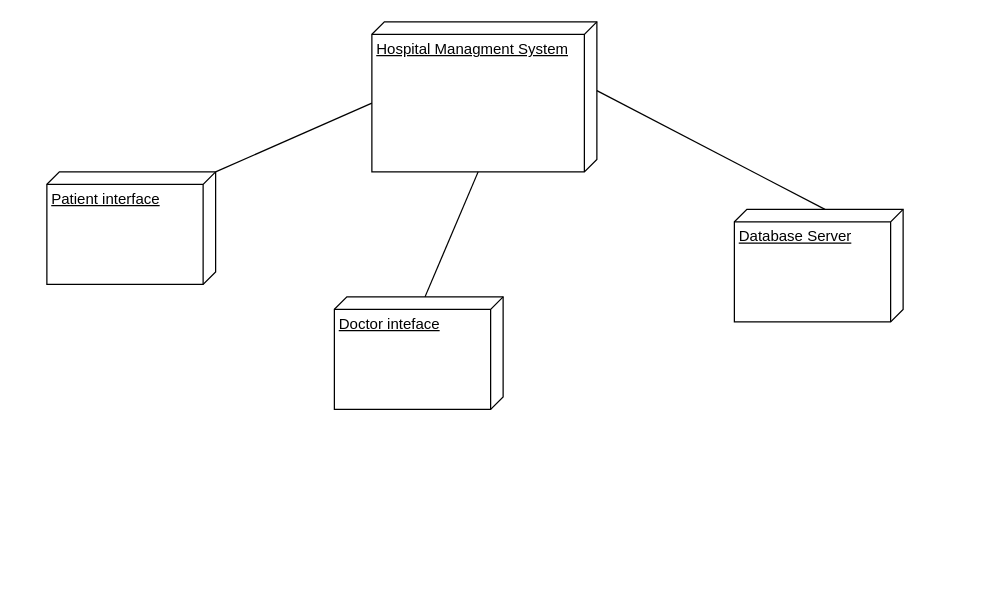
Earlier version of the draw.io diagram DAoSS/Диаграмма_развертывания.drawio (VikaYakunina/lemongatorade). Source tidied: cells renumbered, new cells numbered last; positions are measured from the earlier drawing's top-left corner, leaving out a move shared by most shapes. Both pictures are drawn from the tidied source at 125%, with x=0, y=0 at pixel (46, 21).
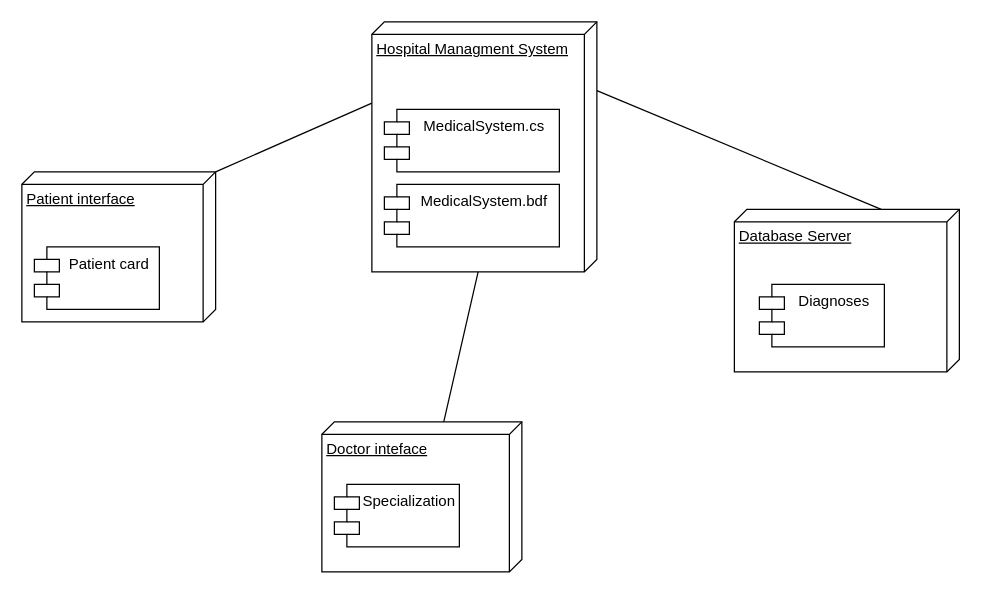
Above is the later version.

The edit, as a diff of the source:
```diff
@@
 <mxGraphModel>
   <root>
     <mxCell id="0" />
     <mxCell id="1" parent="0" />
     <mxCell id="2" value="Hospital Managment System" style="verticalAlign=top;align=left;spacingTop=8;spacingLeft=2;spacingRight=12;shape=cube;size=10;direction=south;fontStyle=4;html=1;" parent="1" vertex="1">
-      <mxGeometry x="260" width="180" height="120" as="geometry" />
+      <mxGeometry x="260" width="180" height="200" as="geometry" />
     </mxCell>
     <mxCell id="3" value="Doctor inteface" style="verticalAlign=top;align=left;spacingTop=8;spacingLeft=2;spacingRight=12;shape=cube;size=10;direction=south;fontStyle=4;html=1;" parent="1" vertex="1">
-      <mxGeometry x="230" y="220" width="135" height="90" as="geometry" />
+      <mxGeometry x="220" y="320" width="160" height="120" as="geometry" />
     </mxCell>
     <mxCell id="4" value="Database Server" style="verticalAlign=top;align=left;spacingTop=8;spacingLeft=2;spacingRight=12;shape=cube;size=10;direction=south;fontStyle=4;html=1;" parent="1" vertex="1">
-      <mxGeometry x="550" y="150" width="135" height="90" as="geometry" />
+      <mxGeometry x="550" y="150" width="180" height="130" as="geometry" />
     </mxCell>
-    <mxCell id="5" style="endArrow=none;html=1;exitX=0;exitY=0;exitDx=0;exitDy=62.5;exitPerimeter=0;entryX=0;entryY=0;entryDx=120;entryDy=95;entryPerimeter=0;" parent="1" edge="1" source="3" target="2">
+    <mxCell id="5" style="endArrow=none;html=1;exitX=0;exitY=0;exitDx=0;exitDy=62.5;exitPerimeter=0;entryX=0;entryY=0;entryDx=200;entryDy=95;entryPerimeter=0;" parent="1" edge="1" source="3" target="2">
       <mxGeometry relative="1" as="geometry" />
     </mxCell>
     <mxCell id="6" style="endArrow=none;html=1;entryX=0;entryY=0;entryDx=55;entryDy=0;entryPerimeter=0;exitX=0;exitY=0;exitDx=0;exitDy=62.5;exitPerimeter=0;" parent="1" edge="1" source="4" target="2">
       <mxGeometry relative="1" as="geometry" />
     </mxCell>
     <mxCell id="7" value="Patient interface" style="verticalAlign=top;align=left;spacingTop=8;spacingLeft=2;spacingRight=12;shape=cube;size=10;direction=south;fontStyle=4;html=1;" parent="1" vertex="1">
-      <mxGeometry y="120" width="135" height="90" as="geometry" />
+      <mxGeometry x="-20" y="120" width="155" height="120" as="geometry" />
     </mxCell>
     <mxCell id="8" style="endArrow=none;html=1;exitX=0;exitY=0;exitDx=0;exitDy=0;exitPerimeter=0;entryX=0;entryY=0;entryDx=65;entryDy=180;entryPerimeter=0;" parent="1" edge="1" source="7" target="2">
       <mxGeometry relative="1" as="geometry" />
     </mxCell>
+    <mxCell id="9" value="Patient card" style="shape=module;align=left;spacingLeft=20;align=center;verticalAlign=top;" parent="1" vertex="1">
+      <mxGeometry x="-10" y="180" width="100" height="50" as="geometry" />
+    </mxCell>
+    <mxCell id="10" value="Specialization" style="shape=module;align=left;spacingLeft=20;align=center;verticalAlign=top;" parent="1" vertex="1">
+      <mxGeometry x="230" y="370" width="100" height="50" as="geometry" />
+    </mxCell>
+    <mxCell id="11" value="Diagnoses" style="shape=module;align=left;spacingLeft=20;align=center;verticalAlign=top;" parent="1" vertex="1">
+      <mxGeometry x="570" y="210" width="100" height="50" as="geometry" />
+    </mxCell>
+    <mxCell id="12" value="MedicalSystem.cs" style="shape=module;align=left;spacingLeft=20;align=center;verticalAlign=top;" parent="1" vertex="1">
+      <mxGeometry x="270" y="70" width="140" height="50" as="geometry" />
+    </mxCell>
+    <mxCell id="13" value="MedicalSystem.bdf" style="shape=module;align=left;spacingLeft=20;align=center;verticalAlign=top;" parent="1" vertex="1">
+      <mxGeometry x="270" y="130" width="140" height="50" as="geometry" />
+    </mxCell>
   </root>
 </mxGraphModel>
```
